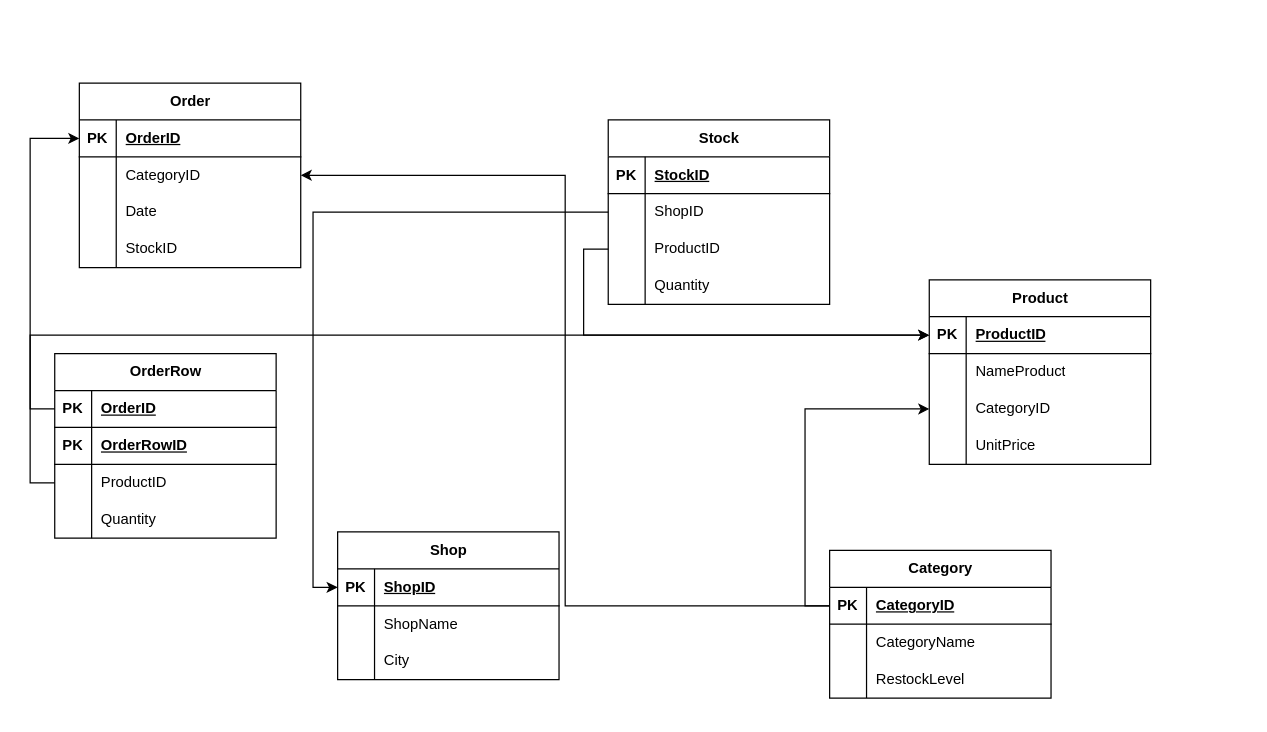
The draw.io diagram Diagramma senza titolo.drawio in LuigiSolazzi/EpicodeSQL, before the edit. Source tidied: cells renumbered, new cells numbered last; positions are measured from the earlier drawing's top-left corner, leaving out a move shared by most shapes. Both pictures are drawn from the tidied source at 123%, with x=0, y=0 at pixel (54, 82).
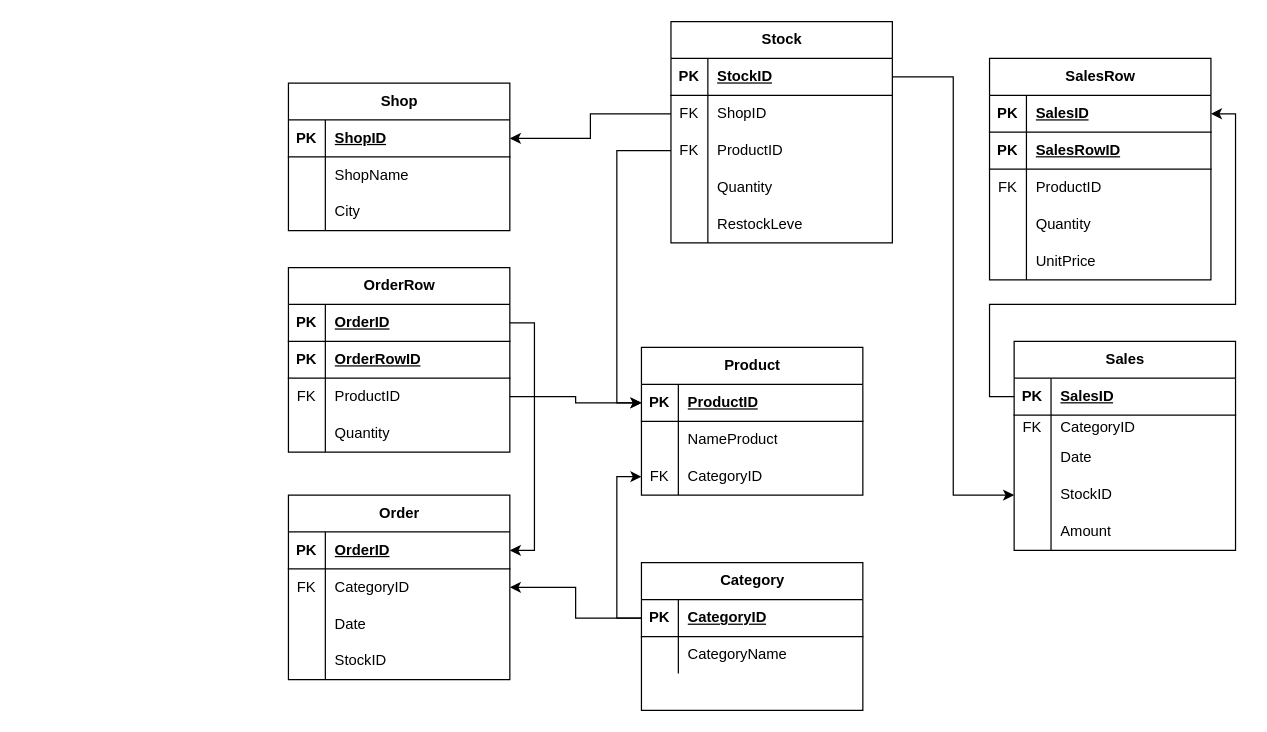
After the change.

The change refers to these unchanged cells:
```xml
<mxCell id="3" style="shape=tableRow;horizontal=0;startSize=0;swimlaneHead=0;swimlaneBody=0;fillColor=none;points=[[0,0.5],[1,0.5]];portConstraint=eastwest;top=0;left=0;right=0;bottom=1;" parent="2" vertex="1">
  <mxGeometry y="30" width="180" height="30" as="geometry" />
</mxCell>
<mxCell id="9" style="shape=tableRow;horizontal=0;startSize=0;swimlaneHead=0;swimlaneBody=0;fillColor=none;points=[[0,0.5],[1,0.5]];portConstraint=eastwest;top=0;left=0;right=0;bottom=0;" parent="2" vertex="1">
  <mxGeometry y="90" width="180" height="30" as="geometry" />
</mxCell>
<mxCell id="16" style="shape=tableRow;horizontal=0;startSize=0;swimlaneHead=0;swimlaneBody=0;fillColor=none;points=[[0,0.5],[1,0.5]];portConstraint=eastwest;top=0;left=0;right=0;bottom=1;" parent="15" vertex="1">
  <mxGeometry y="30" width="180" height="30" as="geometry" />
</mxCell>
<mxCell id="19" style="shape=tableRow;horizontal=0;startSize=0;swimlaneHead=0;swimlaneBody=0;fillColor=none;points=[[0,0.5],[1,0.5]];portConstraint=eastwest;top=0;left=0;right=0;bottom=0;" parent="15" vertex="1">
  <mxGeometry y="60" width="180" height="30" as="geometry" />
</mxCell>
<mxCell id="22" style="shape=tableRow;horizontal=0;startSize=0;swimlaneHead=0;swimlaneBody=0;fillColor=none;points=[[0,0.5],[1,0.5]];portConstraint=eastwest;top=0;left=0;right=0;bottom=0;" parent="15" vertex="1">
  <mxGeometry y="90" width="180" height="30" as="geometry" />
</mxCell>
<mxCell id="29" style="shape=tableRow;horizontal=0;startSize=0;swimlaneHead=0;swimlaneBody=0;fillColor=none;points=[[0,0.5],[1,0.5]];portConstraint=eastwest;top=0;left=0;right=0;bottom=1;" parent="28" vertex="1">
  <mxGeometry y="30" width="180" height="30" as="geometry" />
</mxCell>
<mxCell id="39" style="shape=tableRow;horizontal=0;startSize=0;swimlaneHead=0;swimlaneBody=0;fillColor=none;points=[[0,0.5],[1,0.5]];portConstraint=eastwest;top=0;left=0;right=0;bottom=1;" parent="38" vertex="1">
  <mxGeometry y="30" width="180" height="30" as="geometry" />
</mxCell>
<mxCell id="49" style="shape=tableRow;horizontal=0;startSize=0;swimlaneHead=0;swimlaneBody=0;fillColor=none;points=[[0,0.5],[1,0.5]];portConstraint=eastwest;top=0;left=0;right=0;bottom=1;" parent="48" vertex="1">
  <mxGeometry y="30" width="180" height="30" as="geometry" />
</mxCell>
<mxCell id="52" style="shape=tableRow;horizontal=0;startSize=0;swimlaneHead=0;swimlaneBody=0;fillColor=none;points=[[0,0.5],[1,0.5]];portConstraint=eastwest;top=0;left=0;right=0;bottom=0;" parent="48" vertex="1">
  <mxGeometry y="60" width="180" height="30" as="geometry" />
</mxCell>
<mxCell id="62" style="shape=tableRow;horizontal=0;startSize=0;swimlaneHead=0;swimlaneBody=0;fillColor=none;points=[[0,0.5],[1,0.5]];portConstraint=eastwest;top=0;left=0;right=0;bottom=1;" parent="61" vertex="1">
  <mxGeometry y="30" width="180" height="30" as="geometry" />
</mxCell>
<mxCell id="68" style="shape=tableRow;horizontal=0;startSize=0;swimlaneHead=0;swimlaneBody=0;fillColor=none;points=[[0,0.5],[1,0.5]];portConstraint=eastwest;top=0;left=0;right=0;bottom=0;" parent="61" vertex="1">
  <mxGeometry y="90" width="180" height="30" as="geometry" />
</mxCell>
```

What changed in the source:
```diff
@@
     <mxCell id="2" value="Product" style="shape=table;startSize=30;childLayout=tableLayout;rowLines=0;fontStyle=1;align=center;html=1;" parent="1" vertex="1">
-      <mxGeometry x="711" y="160" width="180" height="150" as="geometry" />
+      <mxGeometry x="477" y="215" width="180" height="120" as="geometry" />
     </mxCell>
@@
-    <mxCell id="10" style="shape=partialRectangle;fillColor=none;top=0;left=0;bottom=0;right=0;overflow=hidden;whiteSpace=wrap;html=1;" parent="9" vertex="1">
+    <mxCell id="10" value="FK" style="shape=partialRectangle;fillColor=none;top=0;left=0;bottom=0;right=0;overflow=hidden;whiteSpace=wrap;html=1;" parent="9" vertex="1">
       <mxGeometry width="30" height="30" as="geometry" />
     </mxCell>
@@
-    <mxCell id="12" style="shape=tableRow;horizontal=0;startSize=0;swimlaneHead=0;swimlaneBody=0;fillColor=none;top=0;left=0;right=0;bottom=0;" parent="2" vertex="1">
-      <mxGeometry y="120" width="180" height="30" as="geometry" />
-    </mxCell>
-    <mxCell id="13" style="shape=partialRectangle;fillColor=none;top=0;left=0;bottom=0;right=0;overflow=hidden;whiteSpace=wrap;html=1;" parent="12" vertex="1">
-      <mxGeometry width="30" height="30" as="geometry" />
-    </mxCell>
-    <mxCell id="14" value="UnitPrice" style="shape=partialRectangle;fillColor=none;top=0;left=0;bottom=0;right=0;align=left;spacingLeft=6;overflow=hidden;whiteSpace=wrap;html=1;" parent="12" vertex="1">
-      <mxGeometry x="30" width="150" height="30" as="geometry" />
-    </mxCell>
     <mxCell id="15" value="Stock" style="shape=table;startSize=30;childLayout=tableLayout;rowLines=0;fontStyle=1;align=center;html=1;" parent="1" vertex="1">
-      <mxGeometry x="450" y="30" width="180" height="150" as="geometry" />
+      <mxGeometry x="501" y="-50" width="180" height="180" as="geometry" />
     </mxCell>
@@
-    <mxCell id="20" style="shape=partialRectangle;fillColor=none;top=0;left=0;bottom=0;right=0;overflow=hidden;whiteSpace=wrap;html=1;" parent="19" vertex="1">
+    <mxCell id="20" value="FK" style="shape=partialRectangle;fillColor=none;top=0;left=0;bottom=0;right=0;overflow=hidden;whiteSpace=wrap;html=1;" parent="19" vertex="1">
       <mxGeometry width="30" height="30" as="geometry" />
     </mxCell>
@@
-    <mxCell id="23" style="shape=partialRectangle;fillColor=none;top=0;left=0;bottom=0;right=0;overflow=hidden;whiteSpace=wrap;html=1;" parent="22" vertex="1">
+    <mxCell id="23" value="FK" style="shape=partialRectangle;fillColor=none;top=0;left=0;bottom=0;right=0;overflow=hidden;whiteSpace=wrap;html=1;" parent="22" vertex="1">
       <mxGeometry width="30" height="30" as="geometry" />
     </mxCell>
@@
+    <mxCell id="80" style="shape=tableRow;horizontal=0;startSize=0;swimlaneHead=0;swimlaneBody=0;fillColor=none;top=0;left=0;right=0;bottom=0;" parent="15" vertex="1">
+      <mxGeometry y="150" width="180" height="30" as="geometry" />
+    </mxCell>
+    <mxCell id="81" style="shape=partialRectangle;fillColor=none;top=0;left=0;bottom=0;right=0;overflow=hidden;whiteSpace=wrap;html=1;" parent="80" vertex="1">
+      <mxGeometry width="30" height="30" as="geometry" />
+    </mxCell>
+    <mxCell id="82" value="RestockLeve" style="shape=partialRectangle;fillColor=none;top=0;left=0;bottom=0;right=0;align=left;spacingLeft=6;overflow=hidden;whiteSpace=wrap;html=1;" parent="80" vertex="1">
+      <mxGeometry x="30" width="150" height="30" as="geometry" />
+    </mxCell>
     <mxCell id="28" value="Category" style="shape=table;startSize=30;childLayout=tableLayout;rowLines=0;fontStyle=1;align=center;html=1;" parent="1" vertex="1">
-      <mxGeometry x="630" y="380" width="180" height="120" as="geometry" />
+      <mxGeometry x="477" y="390" width="180" height="120" as="geometry" />
     </mxCell>
@@
-    <mxCell id="35" style="shape=tableRow;horizontal=0;startSize=0;swimlaneHead=0;swimlaneBody=0;fillColor=none;top=0;left=0;right=0;bottom=0;" parent="28" vertex="1">
-      <mxGeometry y="90" width="180" height="30" as="geometry" />
-    </mxCell>
-    <mxCell id="36" style="shape=partialRectangle;fillColor=none;top=0;left=0;bottom=0;right=0;overflow=hidden;whiteSpace=wrap;html=1;" parent="35" vertex="1">
-      <mxGeometry width="30" height="30" as="geometry" />
-    </mxCell>
-    <mxCell id="37" value="RestockLevel" style="shape=partialRectangle;fillColor=none;top=0;left=0;bottom=0;right=0;align=left;spacingLeft=6;overflow=hidden;whiteSpace=wrap;html=1;" parent="35" vertex="1">
-      <mxGeometry x="30" width="150" height="30" as="geometry" />
-    </mxCell>
     <mxCell id="38" value="Shop" style="shape=table;startSize=30;childLayout=tableLayout;rowLines=0;fontStyle=1;align=center;html=1;" parent="1" vertex="1">
-      <mxGeometry x="230" y="365" width="180" height="120" as="geometry" />
+      <mxGeometry x="190" width="180" height="120" as="geometry" />
     </mxCell>
@@
     <mxCell id="48" value="Order" style="shape=table;startSize=30;childLayout=tableLayout;rowLines=0;fontStyle=1;align=center;html=1;" parent="1" vertex="1">
-      <mxGeometry x="20" width="180" height="150" as="geometry" />
+      <mxGeometry x="190" y="335" width="180" height="150" as="geometry" />
     </mxCell>
@@
-    <mxCell id="53" style="shape=partialRectangle;fillColor=none;top=0;left=0;bottom=0;right=0;overflow=hidden;whiteSpace=wrap;html=1;" parent="52" vertex="1">
+    <mxCell id="53" value="FK" style="shape=partialRectangle;fillColor=none;top=0;left=0;bottom=0;right=0;overflow=hidden;whiteSpace=wrap;html=1;" parent="52" vertex="1">
       <mxGeometry width="30" height="30" as="geometry" />
     </mxCell>
@@
     <mxCell id="61" value="OrderRow" style="shape=table;startSize=30;childLayout=tableLayout;rowLines=0;fontStyle=1;align=center;html=1;" parent="1" vertex="1">
-      <mxGeometry y="220" width="180" height="150" as="geometry" />
+      <mxGeometry x="190" y="150" width="180" height="150" as="geometry" />
     </mxCell>
@@
-    <mxCell id="69" style="shape=partialRectangle;fillColor=none;top=0;left=0;bottom=0;right=0;overflow=hidden;whiteSpace=wrap;html=1;" parent="68" vertex="1">
+    <mxCell id="69" value="FK" style="shape=partialRectangle;fillColor=none;top=0;left=0;bottom=0;right=0;overflow=hidden;whiteSpace=wrap;html=1;" parent="68" vertex="1">
       <mxGeometry width="30" height="30" as="geometry" />
     </mxCell>
@@
+    <mxCell id="76" style="edgeStyle=orthogonalEdgeStyle;rounded=0;jettySize=auto;html=1;exitX=0;exitY=0.5;exitDx=0;exitDy=0;entryX=0;entryY=0.5;entryDx=0;entryDy=0;" parent="1" edge="1" source="22" target="3">
+      <mxGeometry relative="1" as="geometry" />
+    </mxCell>
+    <mxCell id="78" style="edgeStyle=orthogonalEdgeStyle;rounded=0;jettySize=auto;html=1;exitX=0;exitY=0.5;exitDx=0;exitDy=0;entryX=1;entryY=0.5;entryDx=0;entryDy=0;" parent="1" edge="1" source="29" target="52">
+      <mxGeometry relative="1" as="geometry" />
+    </mxCell>
-    <mxCell id="75" style="edgeStyle=orthogonalEdgeStyle;rounded=0;jettySize=auto;html=1;exitX=0;exitY=0.5;exitDx=0;exitDy=0;entryX=0;entryY=0.5;entryDx=0;entryDy=0;" parent="1" edge="1" source="62" target="49">
+    <mxCell id="75" style="edgeStyle=orthogonalEdgeStyle;rounded=0;jettySize=auto;html=1;exitX=1;exitY=0.5;exitDx=0;exitDy=0;entryX=1;entryY=0.5;entryDx=0;entryDy=0;" parent="1" edge="1" source="62" target="49">
       <mxGeometry relative="1" as="geometry" />
     </mxCell>
-    <mxCell id="76" style="edgeStyle=orthogonalEdgeStyle;rounded=0;jettySize=auto;html=1;exitX=0;exitY=0.5;exitDx=0;exitDy=0;entryX=0;entryY=0.5;entryDx=0;entryDy=0;" parent="1" edge="1" source="22" target="3">
-      <mxGeometry relative="1" as="geometry" />
-    </mxCell>
+    <mxCell id="79" style="edgeStyle=orthogonalEdgeStyle;rounded=0;jettySize=auto;html=1;exitX=1;exitY=0.5;exitDx=0;exitDy=0;entryX=0;entryY=0.5;entryDx=0;entryDy=0;" parent="1" edge="1" source="68" target="3">
+      <mxGeometry relative="1" as="geometry" />
+    </mxCell>
+    <mxCell id="83" value="Sales" style="shape=table;startSize=30;childLayout=tableLayout;rowLines=0;fontStyle=1;align=center;html=1;" parent="1" vertex="1">
+      <mxGeometry x="780" y="210" width="180" height="170" as="geometry" />
+    </mxCell>
+    <mxCell id="84" style="shape=tableRow;horizontal=0;startSize=0;swimlaneHead=0;swimlaneBody=0;fillColor=none;points=[[0,0.5],[1,0.5]];portConstraint=eastwest;top=0;left=0;right=0;bottom=1;" parent="83" vertex="1">
+      <mxGeometry y="30" width="180" height="30" as="geometry" />
+    </mxCell>
+    <mxCell id="85" value="PK" style="shape=partialRectangle;fillColor=none;top=0;left=0;bottom=0;right=0;fontStyle=1;overflow=hidden;whiteSpace=wrap;html=1;" parent="84" vertex="1">
+      <mxGeometry width="30" height="30" as="geometry" />
+    </mxCell>
+    <mxCell id="86" value="SalesID" style="shape=partialRectangle;fillColor=none;top=0;left=0;bottom=0;right=0;align=left;spacingLeft=6;fontStyle=5;overflow=hidden;whiteSpace=wrap;html=1;" parent="84" vertex="1">
+      <mxGeometry x="30" width="150" height="30" as="geometry" />
+    </mxCell>
+    <mxCell id="87" style="shape=tableRow;horizontal=0;startSize=0;swimlaneHead=0;swimlaneBody=0;fillColor=none;top=0;left=0;right=0;bottom=0;" parent="83" vertex="1">
+      <mxGeometry y="60" width="180" height="20" as="geometry" />
+    </mxCell>
+    <mxCell id="88" value="FK" style="shape=partialRectangle;fillColor=none;top=0;left=0;bottom=0;right=0;overflow=hidden;whiteSpace=wrap;html=1;" parent="87" vertex="1">
+      <mxGeometry width="30" height="20" as="geometry" />
+    </mxCell>
+    <mxCell id="89" value="CategoryID" style="shape=partialRectangle;fillColor=none;top=0;left=0;bottom=0;right=0;align=left;spacingLeft=6;overflow=hidden;whiteSpace=wrap;html=1;" parent="87" vertex="1">
+      <mxGeometry x="30" width="150" height="20" as="geometry" />
+    </mxCell>
+    <mxCell id="90" style="shape=tableRow;horizontal=0;startSize=0;swimlaneHead=0;swimlaneBody=0;fillColor=none;top=0;left=0;right=0;bottom=0;" parent="83" vertex="1">
+      <mxGeometry y="80" width="180" height="30" as="geometry" />
+    </mxCell>
+    <mxCell id="91" style="shape=partialRectangle;fillColor=none;top=0;left=0;bottom=0;right=0;overflow=hidden;whiteSpace=wrap;html=1;" parent="90" vertex="1">
+      <mxGeometry width="30" height="30" as="geometry" />
+    </mxCell>
+    <mxCell id="92" value="Date" style="shape=partialRectangle;fillColor=none;top=0;left=0;bottom=0;right=0;align=left;spacingLeft=6;overflow=hidden;whiteSpace=wrap;html=1;" parent="90" vertex="1">
+      <mxGeometry x="30" width="150" height="30" as="geometry" />
+    </mxCell>
+    <mxCell id="93" style="shape=tableRow;horizontal=0;startSize=0;swimlaneHead=0;swimlaneBody=0;fillColor=none;points=[[0,0.5],[1,0.5]];portConstraint=eastwest;top=0;left=0;right=0;bottom=0;" parent="83" vertex="1">
+      <mxGeometry y="110" width="180" height="30" as="geometry" />
+    </mxCell>
+    <mxCell id="94" style="shape=partialRectangle;fillColor=none;top=0;left=0;bottom=0;right=0;overflow=hidden;whiteSpace=wrap;html=1;" parent="93" vertex="1">
+      <mxGeometry width="30" height="30" as="geometry" />
+    </mxCell>
+    <mxCell id="95" value="StockID" style="shape=partialRectangle;fillColor=none;top=0;left=0;bottom=0;right=0;align=left;spacingLeft=6;overflow=hidden;whiteSpace=wrap;html=1;" parent="93" vertex="1">
+      <mxGeometry x="30" width="150" height="30" as="geometry" />
+    </mxCell>
+    <mxCell id="96" style="shape=tableRow;horizontal=0;startSize=0;swimlaneHead=0;swimlaneBody=0;fillColor=none;top=0;left=0;right=0;bottom=0;" parent="83" vertex="1">
+      <mxGeometry y="140" width="180" height="30" as="geometry" />
+    </mxCell>
+    <mxCell id="97" style="shape=partialRectangle;fillColor=none;top=0;left=0;bottom=0;right=0;overflow=hidden;whiteSpace=wrap;html=1;" parent="96" vertex="1">
+      <mxGeometry width="30" height="30" as="geometry" />
+    </mxCell>
+    <mxCell id="98" value="Amount" style="shape=partialRectangle;fillColor=none;top=0;left=0;bottom=0;right=0;align=left;spacingLeft=6;overflow=hidden;whiteSpace=wrap;html=1;" parent="96" vertex="1">
+      <mxGeometry x="30" width="150" height="30" as="geometry" />
+    </mxCell>
+    <mxCell id="99" value="SalesRow" style="shape=table;startSize=30;childLayout=tableLayout;rowLines=0;fontStyle=1;align=center;html=1;" parent="1" vertex="1">
+      <mxGeometry x="760" y="-20" width="180" height="180" as="geometry" />
+    </mxCell>
+    <mxCell id="100" style="shape=tableRow;horizontal=0;startSize=0;swimlaneHead=0;swimlaneBody=0;fillColor=none;points=[[0,0.5],[1,0.5]];portConstraint=eastwest;top=0;left=0;right=0;bottom=1;" parent="99" vertex="1">
+      <mxGeometry y="30" width="180" height="30" as="geometry" />
+    </mxCell>
+    <mxCell id="101" value="PK" style="shape=partialRectangle;fillColor=none;top=0;left=0;bottom=0;right=0;fontStyle=1;overflow=hidden;whiteSpace=wrap;html=1;" parent="100" vertex="1">
+      <mxGeometry width="30" height="30" as="geometry" />
+    </mxCell>
+    <mxCell id="102" value="SalesID" style="shape=partialRectangle;fillColor=none;top=0;left=0;bottom=0;right=0;align=left;spacingLeft=6;fontStyle=5;overflow=hidden;whiteSpace=wrap;html=1;" parent="100" vertex="1">
+      <mxGeometry x="30" width="150" height="30" as="geometry" />
+    </mxCell>
+    <mxCell id="103" style="shape=tableRow;horizontal=0;startSize=0;swimlaneHead=0;swimlaneBody=0;fillColor=none;top=0;left=0;right=0;bottom=1;" parent="99" vertex="1">
+      <mxGeometry y="60" width="180" height="30" as="geometry" />
+    </mxCell>
+    <mxCell id="104" value="PK" style="shape=partialRectangle;fillColor=none;top=0;left=0;bottom=0;right=0;fontStyle=1;overflow=hidden;whiteSpace=wrap;html=1;" parent="103" vertex="1">
+      <mxGeometry width="30" height="30" as="geometry" />
+    </mxCell>
+    <mxCell id="105" value="SalesRowID" style="shape=partialRectangle;fillColor=none;top=0;left=0;bottom=0;right=0;align=left;spacingLeft=6;fontStyle=5;overflow=hidden;whiteSpace=wrap;html=1;" parent="103" vertex="1">
+      <mxGeometry x="30" width="150" height="30" as="geometry" />
+    </mxCell>
+    <mxCell id="35" style="shape=tableRow;horizontal=0;startSize=0;swimlaneHead=0;swimlaneBody=0;fillColor=none;top=0;left=0;right=0;bottom=0;" parent="99" vertex="1">
+      <mxGeometry y="90" width="180" height="30" as="geometry" />
+    </mxCell>
+    <mxCell id="106" value="FK" style="shape=partialRectangle;fillColor=none;top=0;left=0;bottom=0;right=0;overflow=hidden;whiteSpace=wrap;html=1;" parent="35" vertex="1">
+      <mxGeometry width="30" height="30" as="geometry" />
+    </mxCell>
+    <mxCell id="107" value="ProductID" style="shape=partialRectangle;fillColor=none;top=0;left=0;bottom=0;right=0;align=left;spacingLeft=6;overflow=hidden;whiteSpace=wrap;html=1;" parent="35" vertex="1">
+      <mxGeometry x="30" width="150" height="30" as="geometry" />
+    </mxCell>
+    <mxCell id="12" style="shape=tableRow;horizontal=0;startSize=0;swimlaneHead=0;swimlaneBody=0;fillColor=none;top=0;left=0;right=0;bottom=0;" parent="99" vertex="1">
+      <mxGeometry y="120" width="180" height="30" as="geometry" />
+    </mxCell>
+    <mxCell id="108" style="shape=partialRectangle;fillColor=none;top=0;left=0;bottom=0;right=0;overflow=hidden;whiteSpace=wrap;html=1;" parent="12" vertex="1">
+      <mxGeometry width="30" height="30" as="geometry" />
+    </mxCell>
+    <mxCell id="109" value="Quantity" style="shape=partialRectangle;fillColor=none;top=0;left=0;bottom=0;right=0;align=left;spacingLeft=6;overflow=hidden;whiteSpace=wrap;html=1;" parent="12" vertex="1">
+      <mxGeometry x="30" width="150" height="30" as="geometry" />
+    </mxCell>
+    <mxCell id="110" style="shape=tableRow;horizontal=0;startSize=0;swimlaneHead=0;swimlaneBody=0;fillColor=none;top=0;left=0;right=0;bottom=0;" parent="99" vertex="1">
+      <mxGeometry y="150" width="180" height="30" as="geometry" />
+    </mxCell>
+    <mxCell id="111" style="shape=partialRectangle;fillColor=none;top=0;left=0;bottom=0;right=0;overflow=hidden;whiteSpace=wrap;html=1;" parent="110" vertex="1">
+      <mxGeometry width="30" height="30" as="geometry" />
+    </mxCell>
+    <mxCell id="14" value="UnitPrice" style="shape=partialRectangle;fillColor=none;top=0;left=0;bottom=0;right=0;align=left;spacingLeft=6;overflow=hidden;whiteSpace=wrap;html=1;" parent="110" vertex="1">
+      <mxGeometry x="30" width="150" height="30" as="geometry" />
+    </mxCell>
-    <mxCell id="77" style="edgeStyle=orthogonalEdgeStyle;rounded=0;jettySize=auto;html=1;exitX=0;exitY=0.5;exitDx=0;exitDy=0;entryX=0;entryY=0.5;entryDx=0;entryDy=0;" parent="1" edge="1" source="19" target="39">
+    <mxCell id="77" style="edgeStyle=orthogonalEdgeStyle;rounded=0;jettySize=auto;html=1;exitX=0;exitY=0.5;exitDx=0;exitDy=0;entryX=1;entryY=0.5;entryDx=0;entryDy=0;" parent="1" edge="1" source="19" target="39">
       <mxGeometry relative="1" as="geometry" />
     </mxCell>
-    <mxCell id="78" style="edgeStyle=orthogonalEdgeStyle;rounded=0;jettySize=auto;html=1;exitX=0;exitY=0.5;exitDx=0;exitDy=0;entryX=1;entryY=0.5;entryDx=0;entryDy=0;" parent="1" edge="1" source="29" target="52">
-      <mxGeometry relative="1" as="geometry" />
-    </mxCell>
-    <mxCell id="79" style="edgeStyle=orthogonalEdgeStyle;rounded=0;jettySize=auto;html=1;exitX=0;exitY=0.5;exitDx=0;exitDy=0;entryX=0;entryY=0.5;entryDx=0;entryDy=0;" parent="1" edge="1" source="68" target="3">
-      <mxGeometry relative="1" as="geometry" />
-    </mxCell>
+    <mxCell id="112" style="edgeStyle=orthogonalEdgeStyle;rounded=0;jettySize=auto;html=1;exitX=1;exitY=0.5;exitDx=0;exitDy=0;" parent="1" edge="1" source="16" target="93">
+      <mxGeometry relative="1" as="geometry" />
+    </mxCell>
+    <mxCell id="113" style="edgeStyle=orthogonalEdgeStyle;rounded=0;jettySize=auto;html=1;exitX=0;exitY=0.5;exitDx=0;exitDy=0;entryX=1;entryY=0.5;entryDx=0;entryDy=0;" parent="1" edge="1" source="84" target="100">
+      <mxGeometry relative="1" as="geometry">
+        <Array as="points">
+          <mxPoint x="760" y="255" />
+          <mxPoint x="760" y="180" />
+          <mxPoint x="960" y="180" />
+          <mxPoint x="960" y="25" />
+        </Array>
+      </mxGeometry>
+    </mxCell>
```
